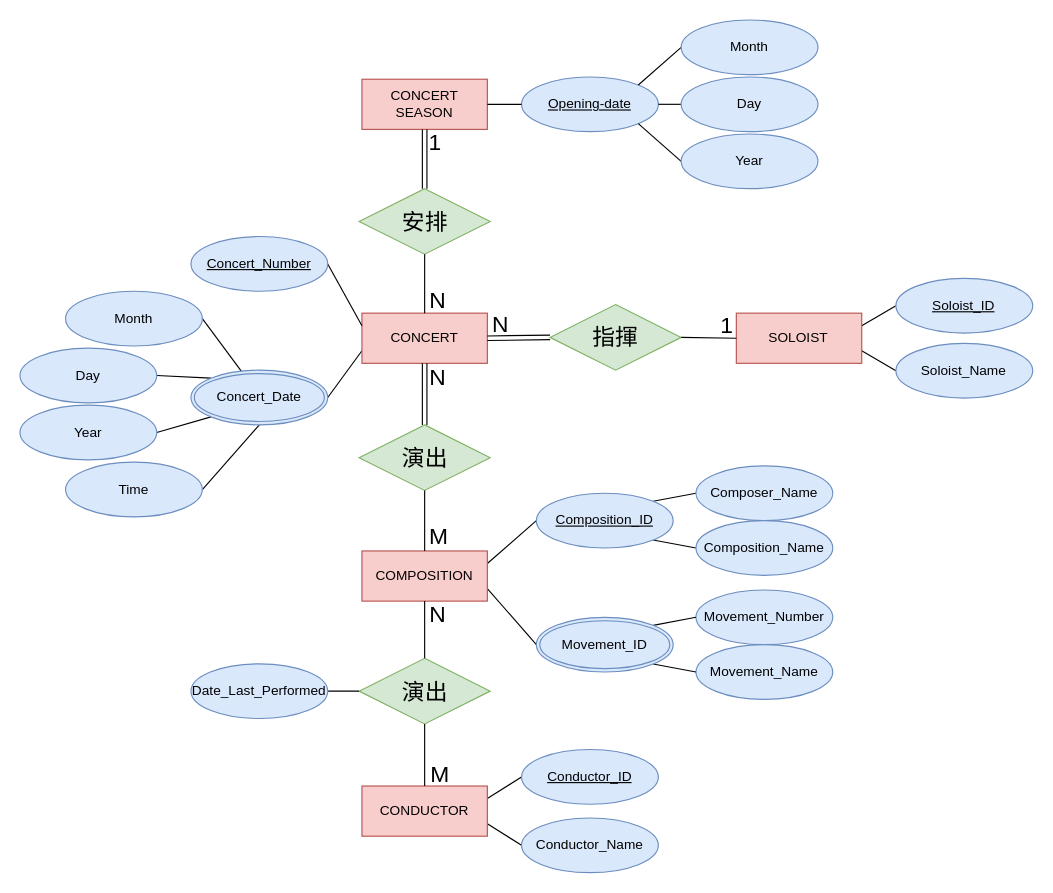
Above: page "交響樂團資料庫3" (3 of 6) of HW1/HW1.drawio in alicejimmy/2022-Bioinformatics-and-Medical-Databases-HW (draw.io), before the change. Source tidied: cells renumbered, new cells numbered last; positions are measured from the earlier drawing's top-left corner, leaving out a move shared by most shapes. Both pictures are drawn from the tidied source at 114%, with x=0, y=0 at pixel (19, 19).
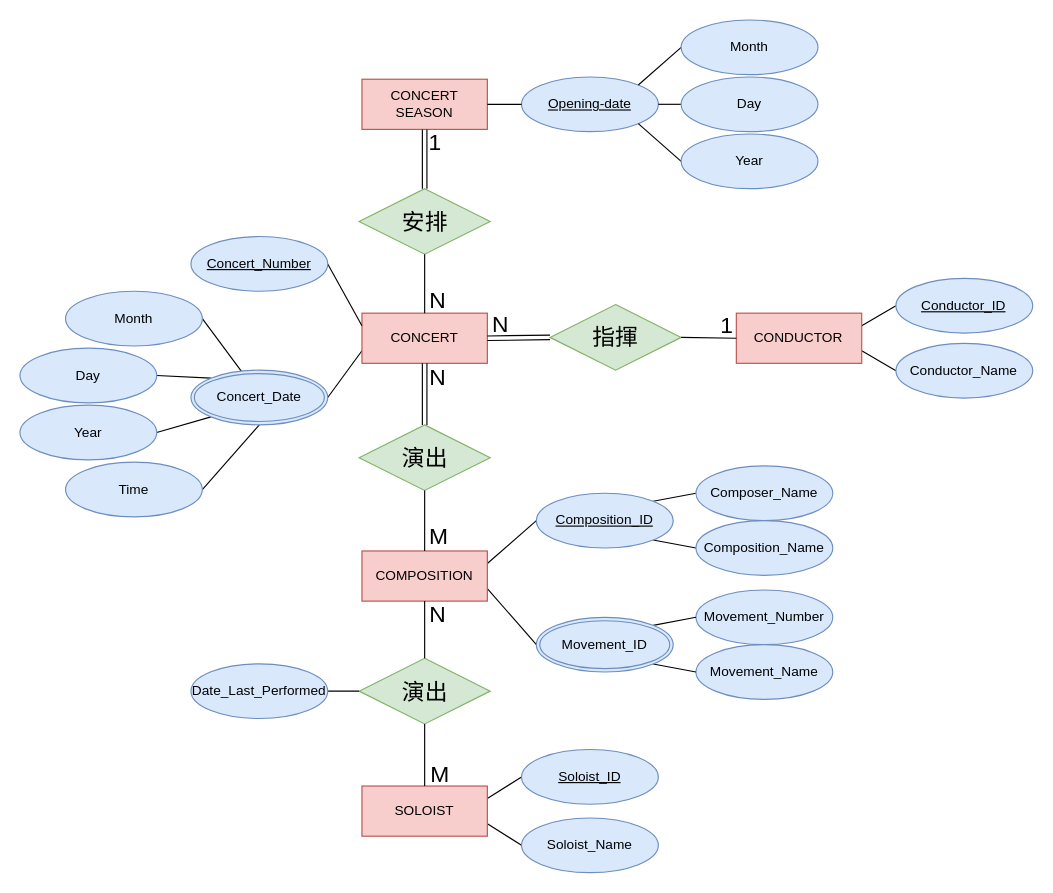
The same diagram, later.

Change to the diagram source:
```diff
@@
-    <mxCell id="8" value="CONDUCTOR" style="whiteSpace=wrap;html=1;align=center;fillColor=#f8cecc;strokeColor=#b85450;" parent="1" vertex="1">
+    <mxCell id="8" value="SOLOIST" style="whiteSpace=wrap;html=1;align=center;fillColor=#f8cecc;strokeColor=#b85450;" parent="1" vertex="1">
       <mxGeometry x="300" y="672" width="110" height="44" as="geometry" />
     </mxCell>
@@
-    <mxCell id="11" value="SOLOIST" style="whiteSpace=wrap;html=1;align=center;fillColor=#f8cecc;strokeColor=#b85450;" parent="1" vertex="1">
+    <mxCell id="11" value="CONDUCTOR" style="whiteSpace=wrap;html=1;align=center;fillColor=#f8cecc;strokeColor=#b85450;" parent="1" vertex="1">
       <mxGeometry x="628.4" y="257.2" width="110" height="44" as="geometry" />
     </mxCell>
@@
-    <mxCell id="29" value="Conductor_ID" style="ellipse;whiteSpace=wrap;html=1;align=center;fontStyle=4;labelBackgroundColor=none;fillColor=#dae8fc;strokeColor=#6c8ebf;shadow=0;sketch=0;" parent="1" vertex="1">
+    <mxCell id="29" value="Soloist_ID" style="ellipse;whiteSpace=wrap;html=1;align=center;fontStyle=4;labelBackgroundColor=none;fillColor=#dae8fc;strokeColor=#6c8ebf;shadow=0;sketch=0;" parent="1" vertex="1">
       <mxGeometry x="440" y="640" width="120" height="48" as="geometry" />
     </mxCell>
-    <mxCell id="30" value="Conductor_Name" style="ellipse;whiteSpace=wrap;html=1;align=center;labelBackgroundColor=none;fillColor=#dae8fc;strokeColor=#6c8ebf;shadow=0;sketch=0;" parent="1" vertex="1">
+    <mxCell id="30" value="Soloist_Name" style="ellipse;whiteSpace=wrap;html=1;align=center;labelBackgroundColor=none;fillColor=#dae8fc;strokeColor=#6c8ebf;shadow=0;sketch=0;" parent="1" vertex="1">
       <mxGeometry x="440" y="700" width="120" height="48" as="geometry" />
     </mxCell>
-    <mxCell id="31" value="Soloist_ID" style="ellipse;whiteSpace=wrap;html=1;align=center;fontStyle=4;labelBackgroundColor=none;fillColor=#dae8fc;strokeColor=#6c8ebf;shadow=0;sketch=0;" parent="1" vertex="1">
+    <mxCell id="31" value="Conductor_ID" style="ellipse;whiteSpace=wrap;html=1;align=center;fontStyle=4;labelBackgroundColor=none;fillColor=#dae8fc;strokeColor=#6c8ebf;shadow=0;sketch=0;" parent="1" vertex="1">
       <mxGeometry x="768.4" y="226.7" width="120" height="48" as="geometry" />
     </mxCell>
-    <mxCell id="32" value="Soloist_Name" style="ellipse;whiteSpace=wrap;html=1;align=center;labelBackgroundColor=none;fillColor=#dae8fc;strokeColor=#6c8ebf;shadow=0;sketch=0;" parent="1" vertex="1">
+    <mxCell id="32" value="Conductor_Name" style="ellipse;whiteSpace=wrap;html=1;align=center;labelBackgroundColor=none;fillColor=#dae8fc;strokeColor=#6c8ebf;shadow=0;sketch=0;" parent="1" vertex="1">
       <mxGeometry x="768.4" y="283.7" width="120" height="48" as="geometry" />
     </mxCell>
```
